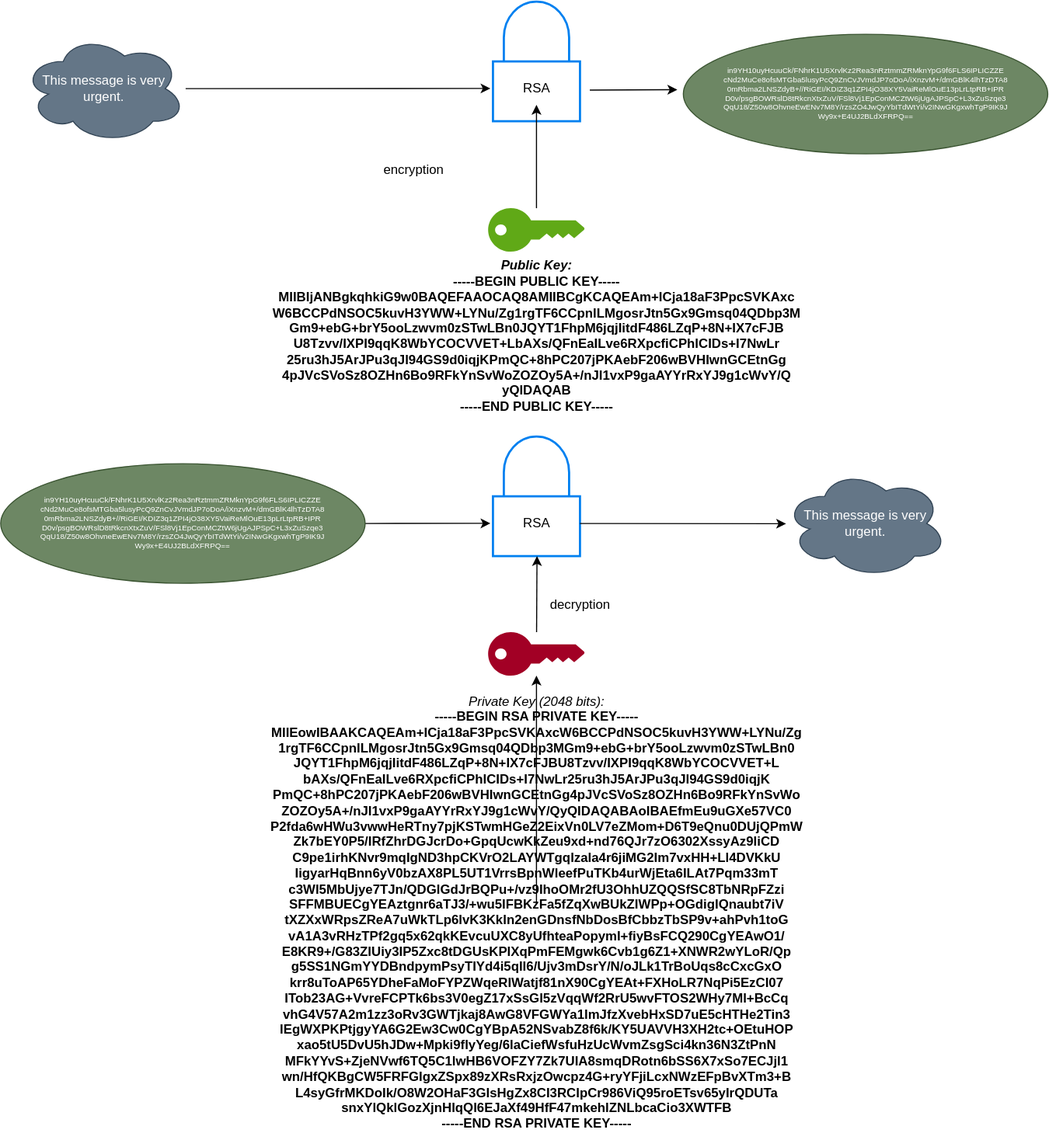
Earlier version of the draw.io export AsymmetricCryptography/asymmetric.drawio.svg (Jacob273/JG.TechLearning.Blockchains). Source tidied: cells renumbered, new cells last; positions are measured from the earlier drawing's top-left corner, leaving out a move shared by most shapes.
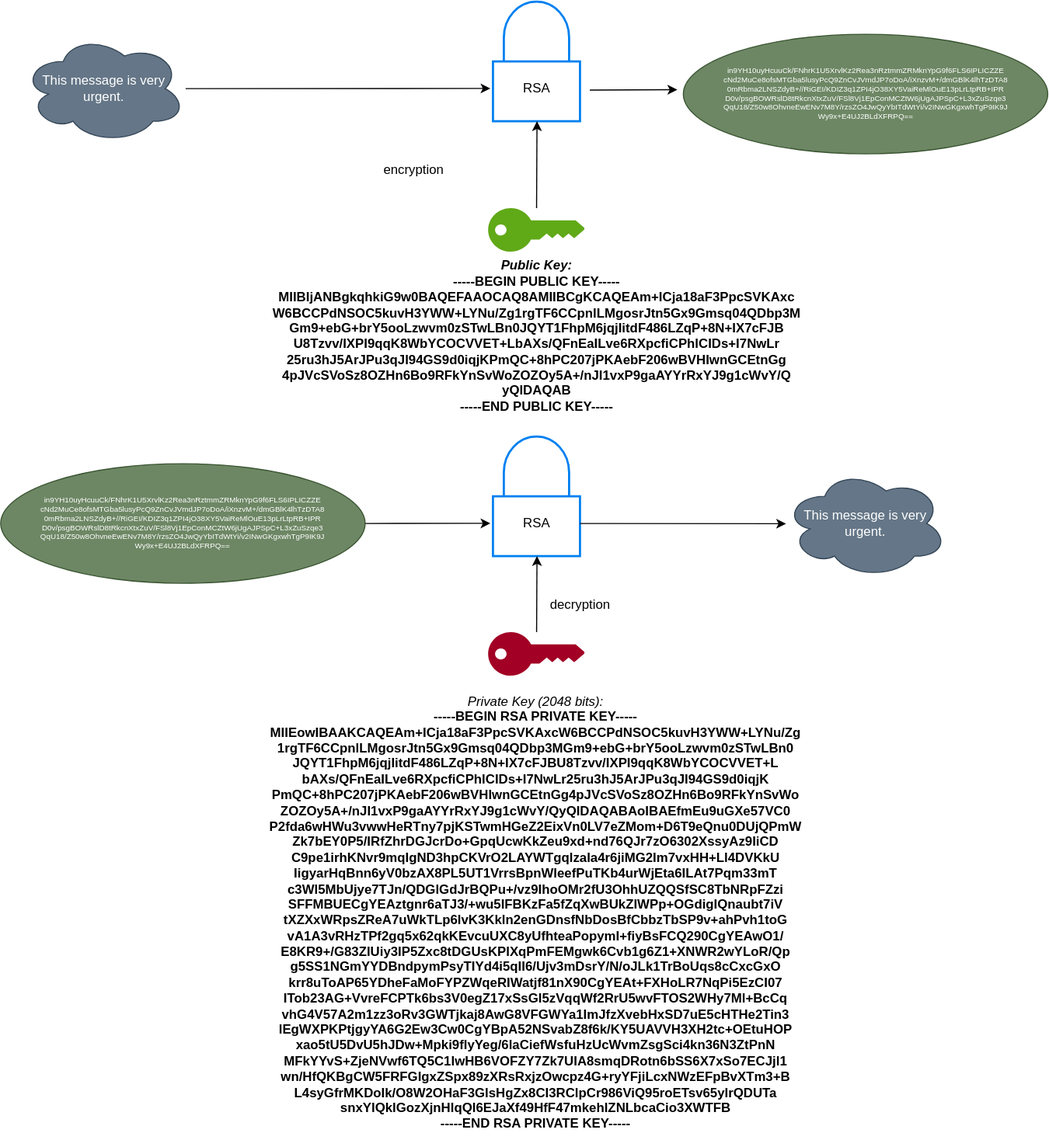
Above is the later version.

The edit, as a diff of the source:
```diff
@@ -11,8 +11,10 @@
     <mxCell id="4" value="This message is very urgent." style="ellipse;shape=cloud;whiteSpace=wrap;html=1;fillColor=#647687;fontColor=#ffffff;strokeColor=#314354;" parent="1" vertex="1">
       <mxGeometry x="20" y="30" width="150" height="100" as="geometry" />
     </mxCell>
-    <mxCell id="5" style="edgeStyle=none;html=1;startArrow=none;startFill=0;endArrow=classic;endFill=1;" parent="1" edge="1" source="6" target="9">
-      <mxGeometry relative="1" as="geometry" />
+    <mxCell id="5" style="edgeStyle=none;html=1;startArrow=none;startFill=0;endArrow=classic;endFill=1;" parent="1" edge="1" source="6">
+      <mxGeometry relative="1" as="geometry">
+        <mxPoint x="493" y="110" as="targetPoint" />
+      </mxGeometry>
     </mxCell>
     <mxCell id="6" style="points=[[0,0.5,0],[0.24,0,0],[0.5,0.28,0],[0.995,0.475,0],[0.5,0.72,0],[0.24,1,0]];verticalLabelPosition=bottom;sketch=0;html=1;verticalAlign=top;align=center;shape=mxgraph.cisco19.key;fillColor=#60a917;strokeColor=#2D7600;fontColor=#ffffff;" parent="1" vertex="1">
       <mxGeometry x="448.1" y="190" width="88.9" height="40" as="geometry" />
@@ -48,9 +50,6 @@
     <mxCell id="15" style="points=[[0,0.5,0],[0.24,0,0],[0.5,0.28,0],[0.995,0.475,0],[0.5,0.72,0],[0.24,1,0]];verticalLabelPosition=bottom;sketch=0;html=1;verticalAlign=top;align=center;shape=mxgraph.cisco19.key;fillColor=#a20025;strokeColor=#6F0000;fontColor=#ffffff;" parent="1" vertex="1">
       <mxGeometry x="448.1" y="580" width="88.9" height="40" as="geometry" />
     </mxCell>
-    <mxCell id="16" style="edgeStyle=none;html=1;" parent="1" edge="1" source="17" target="15">
-      <mxGeometry relative="1" as="geometry" />
-    </mxCell>
     <mxCell id="17" value="&lt;i&gt;Private Key (2048 bits):&amp;nbsp;&lt;/i&gt;&lt;br&gt;&lt;div&gt;&lt;div&gt;&lt;b&gt;-----BEGIN RSA PRIVATE KEY-----&lt;/b&gt;&lt;/div&gt;&lt;div&gt;&lt;b&gt;MIIEowIBAAKCAQEAm+ICja18aF3PpcSVKAxcW6BCCPdNSOC5kuvH3YWW+LYNu/Zg&lt;/b&gt;&lt;/div&gt;&lt;div&gt;&lt;b&gt;1rgTF6CCpnlLMgosrJtn5Gx9Gmsq04QDbp3MGm9+ebG+brY5ooLzwvm0zSTwLBn0&lt;/b&gt;&lt;/div&gt;&lt;div&gt;&lt;b&gt;JQYT1FhpM6jqjIitdF486LZqP+8N+IX7cFJBU8Tzvv/IXPI9qqK8WbYCOCVVET+L&lt;/b&gt;&lt;/div&gt;&lt;div&gt;&lt;b&gt;bAXs/QFnEaILve6RXpcfiCPhlCIDs+I7NwLr25ru3hJ5ArJPu3qJl94GS9d0iqjK&lt;/b&gt;&lt;/div&gt;&lt;div&gt;&lt;b&gt;PmQC+8hPC207jPKAebF206wBVHIwnGCEtnGg4pJVcSVoSz8OZHn6Bo9RFkYnSvWo&lt;/b&gt;&lt;/div&gt;&lt;div&gt;&lt;b&gt;ZOZOy5A+/nJI1vxP9gaAYYrRxYJ9g1cWvY/QyQIDAQABAoIBAEfmEu9uGXe57VC0&lt;/b&gt;&lt;/div&gt;&lt;div&gt;&lt;b&gt;P2fda6wHWu3vwwHeRTny7pjKSTwmHGeZ2EixVn0LV7eZMom+D6T9eQnu0DUjQPmW&lt;/b&gt;&lt;/div&gt;&lt;div&gt;&lt;b&gt;Zk7bEY0P5/IRfZhrDGJcrDo+GpqUcwKkZeu9xd+nd76QJr7zO6302XssyAz9IiCD&lt;/b&gt;&lt;/div&gt;&lt;div&gt;&lt;b&gt;C9pe1irhKNvr9mqIgND3hpCKVrO2LAYWTgqlzala4r6jiMG2Im7vxHH+Ll4DVKkU&lt;/b&gt;&lt;/div&gt;&lt;div&gt;&lt;b&gt;IigyarHqBnn6yV0bzAX8PL5UT1VrrsBpnWleefPuTKb4urWjEta6ILAt7Pqm33mT&lt;/b&gt;&lt;/div&gt;&lt;div&gt;&lt;b&gt;c3Wl5MbUjye7TJn/QDGlGdJrBQPu+/vz9IhoOMr2fU3OhhUZQQSfSC8TbNRpFZzi&lt;/b&gt;&lt;/div&gt;&lt;div&gt;&lt;b&gt;SFFMBUECgYEAztgnr6aTJ3/+wu5IFBKzFa5fZqXwBUkZIWPp+OGdigIQnaubt7iV&lt;/b&gt;&lt;/div&gt;&lt;div&gt;&lt;b&gt;tXZXxWRpsZReA7uWkTLp6lvK3Kkln2enGDnsfNbDosBfCbbzTbSP9v+ahPvh1toG&lt;/b&gt;&lt;/div&gt;&lt;div&gt;&lt;b&gt;vA1A3vRHzTPf2gq5x62qkKEvcuUXC8yUfhteaPopymI+fiyBsFCQ290CgYEAwO1/&lt;/b&gt;&lt;/div&gt;&lt;div&gt;&lt;b&gt;E8KR9+/G83ZlUiy3IP5Zxc8tDGUsKPlXqPmFEMgwk6Cvb1g6Z1+XNWR2wYLoR/Qp&lt;/b&gt;&lt;/div&gt;&lt;div&gt;&lt;b&gt;g5SS1NGmYYDBndpymPsyTIYd4i5qII6/Ujv3mDsrY/N/oJLk1TrBoUqs8cCxcGxO&lt;/b&gt;&lt;/div&gt;&lt;div&gt;&lt;b&gt;krr8uToAP65YDheFaMoFYPZWqeRIWatjf81nX90CgYEAt+FXHoLR7NqPi5EzCI07&lt;/b&gt;&lt;/div&gt;&lt;div&gt;&lt;b&gt;ITob23AG+VvreFCPTk6bs3V0egZ17xSsGl5zVqqWf2RrU5wvFTOS2WHy7Ml+BcCq&lt;/b&gt;&lt;/div&gt;&lt;div&gt;&lt;b&gt;vhG4V57A2m1zz3oRv3GWTjkaj8AwG8VFGWYa1lmJfzXvebHxSD7uE5cHTHe2Tin3&lt;/b&gt;&lt;/div&gt;&lt;div&gt;&lt;b&gt;lEgWXPKPtjgyYA6G2Ew3Cw0CgYBpA52NSvabZ8f6k/KY5UAVVH3XH2tc+OEtuHOP&lt;/b&gt;&lt;/div&gt;&lt;div&gt;&lt;b&gt;xao5tU5DvU5hJDw+Mpki9flyYeg/6laCiefWsfuHzUcWvmZsgSci4kn36N3ZtPnN&lt;/b&gt;&lt;/div&gt;&lt;div&gt;&lt;b&gt;MFkYYvS+ZjeNVwf6TQ5C1lwHB6VOFZY7Zk7UIA8smqDRotn6bSS6X7xSo7ECJjl1&lt;/b&gt;&lt;/div&gt;&lt;div&gt;&lt;b&gt;wn/HfQKBgCW5FRFGIgxZSpx89zXRsRxjzOwcpz4G+ryYFjiLcxNWzEFpBvXTm3+B&lt;/b&gt;&lt;/div&gt;&lt;div&gt;&lt;b&gt;L4syGfrMKDoIk/O8W2OHaF3GlsHgZx8CI3RClpCr986ViQ95roETsv65yIrQDUTa&lt;/b&gt;&lt;/div&gt;&lt;div&gt;&lt;b&gt;snxYlQklGozXjnHlqQl6EJaXf49HfF47mkehlZNLbcaCio3XWTFB&lt;/b&gt;&lt;/div&gt;&lt;div&gt;&lt;b&gt;-----END RSA PRIVATE KEY-----&lt;/b&gt;&lt;/div&gt;&lt;/div&gt;&lt;div&gt;&lt;br&gt;&lt;/div&gt;" style="text;html=1;strokeColor=none;fillColor=none;align=center;verticalAlign=middle;whiteSpace=wrap;rounded=0;" parent="1" vertex="1">
       <mxGeometry x="237.5" y="830" width="510" height="30" as="geometry" />
     </mxCell>
```
